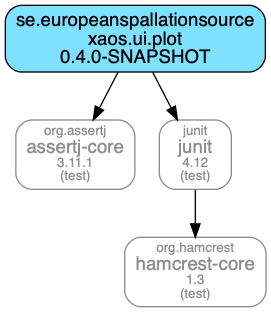
This is xaos.ui.plot.module/doc/maven-dependencies.png from ESSICS/XAOS, a Graphviz export, as it was before one commit. Its source is kept beside it as xaos.ui.plot.module/doc/maven-dependencies.dot. Source of this version:
```dot
digraph "xaos.ui.plot" {
  node [shape="box",style="rounded",fontname="Helvetica",fontsize="14"]
  edge [fontsize="10",fontname="Helvetica"]

  "se.europeanspallationsource:xaos.ui.plot:jar"[shape="box",style="rounded, filled",fillcolor="#7DE1FF",label=<se.europeanspallationsource<br/>xaos.ui.plot<br/>0.4.0-SNAPSHOT>]
  "org.assertj:assertj-core:jar"[shape="box",style="rounded",color="grey55",fontname="Helvetica",fontsize="14",fontcolor="grey55",label=<<font color="grey55" point-size="10">org.assertj</font><br/>assertj-core<font color="grey55" point-size="10"><br/>3.11.1</font><font color="grey55" point-size="10"><br/>(test)</font>>]
  "junit:junit:jar"[shape="box",style="rounded",color="grey55",fontname="Helvetica",fontsize="14",fontcolor="grey55",label=<<font color="grey55" point-size="10">junit</font><br/>junit<font color="grey55" point-size="10"><br/>4.12</font><font color="grey55" point-size="10"><br/>(test)</font>>]
  "org.hamcrest:hamcrest-core:jar"[shape="box",style="rounded",color="grey55",fontname="Helvetica",fontsize="14",fontcolor="grey55",label=<<font color="grey55" point-size="10">org.hamcrest</font><br/>hamcrest-core<font color="grey55" point-size="10"><br/>1.3</font><font color="grey55" point-size="10"><br/>(test)</font>>]

  "se.europeanspallationsource:xaos.ui.plot:jar" -> "org.assertj:assertj-core:jar"
  "junit:junit:jar" -> "org.hamcrest:hamcrest-core:jar"
  "se.europeanspallationsource:xaos.ui.plot:jar" -> "junit:junit:jar"
}
```
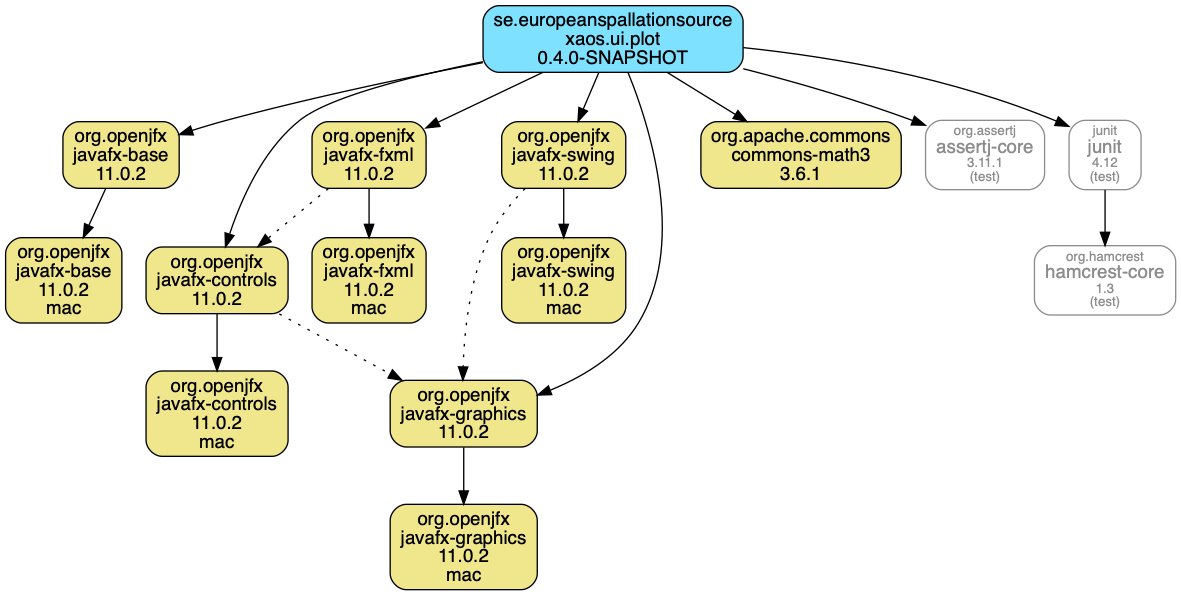
The same file after the commit.

Commit message:
Plot module now compiles. Refactoring is still to be done.

The edit, as a diff of the source:
```diff
@@ -2,11 +2,36 @@
   node [shape="box",style="rounded",fontname="Helvetica",fontsize="14"]
   edge [fontsize="10",fontname="Helvetica"]
 
+  "org.openjfx:javafx-base:jar"[shape="box",style="rounded, filled",fillcolor="khaki",label=<org.openjfx<br/>javafx-base<br/>11.0.2>]
+  "org.openjfx:javafx-base:jar:mac"[shape="box",style="rounded, filled",fillcolor="khaki",label=<org.openjfx<br/>javafx-base<br/>11.0.2<br/>mac>]
   "se.europeanspallationsource:xaos.ui.plot:jar"[shape="box",style="rounded, filled",fillcolor="#7DE1FF",label=<se.europeanspallationsource<br/>xaos.ui.plot<br/>0.4.0-SNAPSHOT>]
+  "org.openjfx:javafx-controls:jar"[shape="box",style="rounded, filled",fillcolor="khaki",label=<org.openjfx<br/>javafx-controls<br/>11.0.2>]
+  "org.openjfx:javafx-controls:jar:mac"[shape="box",style="rounded, filled",fillcolor="khaki",label=<org.openjfx<br/>javafx-controls<br/>11.0.2<br/>mac>]
+  "org.openjfx:javafx-graphics:jar"[shape="box",style="rounded, filled",fillcolor="khaki",label=<org.openjfx<br/>javafx-graphics<br/>11.0.2>]
+  "org.openjfx:javafx-fxml:jar"[shape="box",style="rounded, filled",fillcolor="khaki",label=<org.openjfx<br/>javafx-fxml<br/>11.0.2>]
+  "org.openjfx:javafx-fxml:jar:mac"[shape="box",style="rounded, filled",fillcolor="khaki",label=<org.openjfx<br/>javafx-fxml<br/>11.0.2<br/>mac>]
+  "org.openjfx:javafx-graphics:jar:mac"[shape="box",style="rounded, filled",fillcolor="khaki",label=<org.openjfx<br/>javafx-graphics<br/>11.0.2<br/>mac>]
+  "org.openjfx:javafx-swing:jar"[shape="box",style="rounded, filled",fillcolor="khaki",label=<org.openjfx<br/>javafx-swing<br/>11.0.2>]
+  "org.openjfx:javafx-swing:jar:mac"[shape="box",style="rounded, filled",fillcolor="khaki",label=<org.openjfx<br/>javafx-swing<br/>11.0.2<br/>mac>]
+  "org.apache.commons:commons-math3:jar"[shape="box",style="rounded, filled",fillcolor="khaki",label=<org.apache.commons<br/>commons-math3<br/>3.6.1>]
   "org.assertj:assertj-core:jar"[shape="box",style="rounded",color="grey55",fontname="Helvetica",fontsize="14",fontcolor="grey55",label=<<font color="grey55" point-size="10">org.assertj</font><br/>assertj-core<font color="grey55" point-size="10"><br/>3.11.1</font><font color="grey55" point-size="10"><br/>(test)</font>>]
   "junit:junit:jar"[shape="box",style="rounded",color="grey55",fontname="Helvetica",fontsize="14",fontcolor="grey55",label=<<font color="grey55" point-size="10">junit</font><br/>junit<font color="grey55" point-size="10"><br/>4.12</font><font color="grey55" point-size="10"><br/>(test)</font>>]
   "org.hamcrest:hamcrest-core:jar"[shape="box",style="rounded",color="grey55",fontname="Helvetica",fontsize="14",fontcolor="grey55",label=<<font color="grey55" point-size="10">org.hamcrest</font><br/>hamcrest-core<font color="grey55" point-size="10"><br/>1.3</font><font color="grey55" point-size="10"><br/>(test)</font>>]
 
+  "org.openjfx:javafx-base:jar" -> "org.openjfx:javafx-base:jar:mac"
+  "se.europeanspallationsource:xaos.ui.plot:jar" -> "org.openjfx:javafx-base:jar"
+  "org.openjfx:javafx-controls:jar" -> "org.openjfx:javafx-controls:jar:mac"
+  "org.openjfx:javafx-controls:jar" -> "org.openjfx:javafx-graphics:jar"[style="dotted"]
+  "se.europeanspallationsource:xaos.ui.plot:jar" -> "org.openjfx:javafx-controls:jar"
+  "org.openjfx:javafx-fxml:jar" -> "org.openjfx:javafx-fxml:jar:mac"
+  "org.openjfx:javafx-fxml:jar" -> "org.openjfx:javafx-controls:jar"[style="dotted"]
+  "se.europeanspallationsource:xaos.ui.plot:jar" -> "org.openjfx:javafx-fxml:jar"
+  "org.openjfx:javafx-graphics:jar" -> "org.openjfx:javafx-graphics:jar:mac"
+  "se.europeanspallationsource:xaos.ui.plot:jar" -> "org.openjfx:javafx-graphics:jar"
+  "org.openjfx:javafx-swing:jar" -> "org.openjfx:javafx-swing:jar:mac"
+  "org.openjfx:javafx-swing:jar" -> "org.openjfx:javafx-graphics:jar"[style="dotted"]
+  "se.europeanspallationsource:xaos.ui.plot:jar" -> "org.openjfx:javafx-swing:jar"
+  "se.europeanspallationsource:xaos.ui.plot:jar" -> "org.apache.commons:commons-math3:jar"
   "se.europeanspallationsource:xaos.ui.plot:jar" -> "org.assertj:assertj-core:jar"
   "junit:junit:jar" -> "org.hamcrest:hamcrest-core:jar"
   "se.europeanspallationsource:xaos.ui.plot:jar" -> "junit:junit:jar"
```
